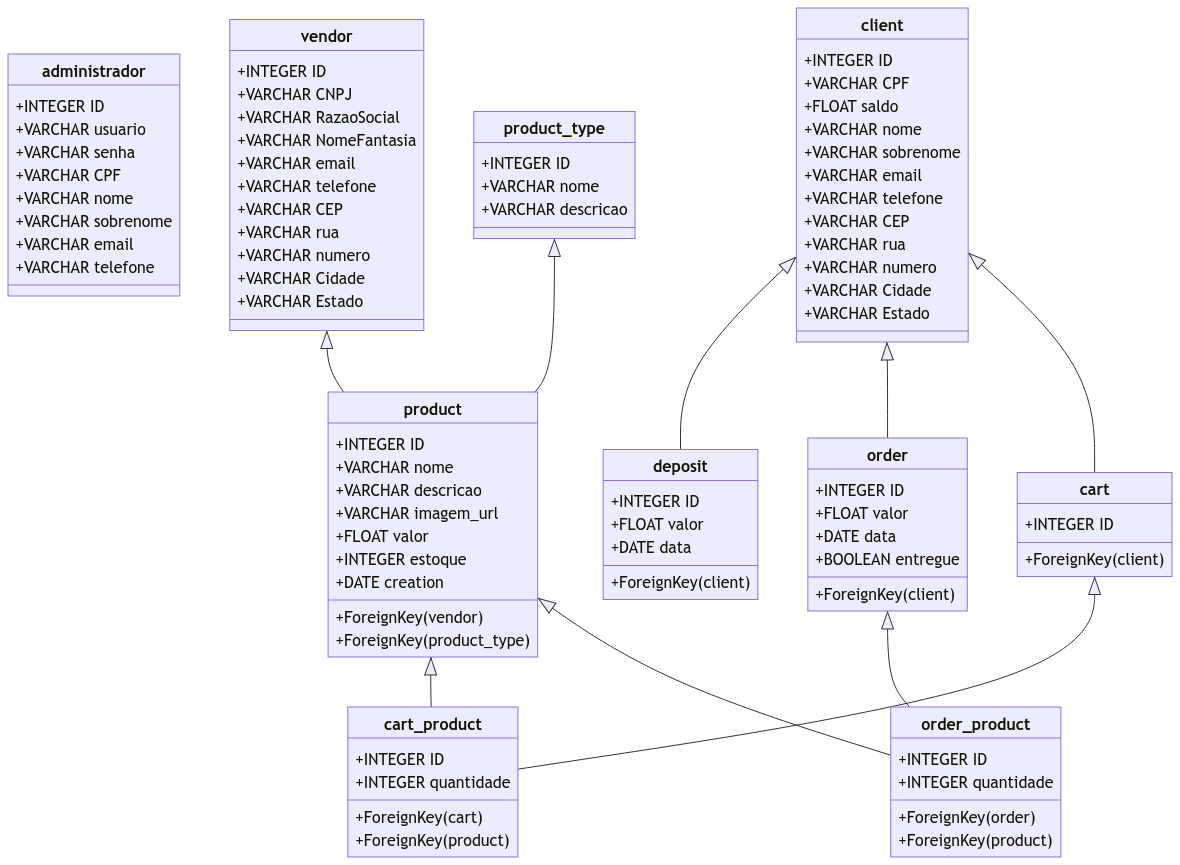
Earlier version of the Mermaid export Diagram/Database.png (WhitePoodleMoth/TrendStyle). Its source is kept beside it as Diagram/Database.mermaid. Its diagram source:
```mermaid
classDiagram
    class administrador{
        +INTEGER ID
        +VARCHAR usuario
        +VARCHAR senha
        +VARCHAR CPF
        +VARCHAR nome
        +VARCHAR sobrenome
        +VARCHAR email
        +VARCHAR telefone
    }

    class vendor{
        +INTEGER ID
        +VARCHAR CNPJ
        +VARCHAR RazaoSocial
        +VARCHAR NomeFantasia
        +VARCHAR email
        +VARCHAR telefone
        +VARCHAR CEP
        +VARCHAR rua
        +VARCHAR numero
        +VARCHAR Cidade
        +VARCHAR Estado
    }

    class client{
        +INTEGER ID
        +VARCHAR CPF
        +FLOAT saldo
        +VARCHAR nome
        +VARCHAR sobrenome
        +VARCHAR email
        +VARCHAR telefone
        +VARCHAR CEP
        +VARCHAR rua
        +VARCHAR numero
        +VARCHAR Cidade
        +VARCHAR Estado
    }

    class product_type{
        +INTEGER ID
        +VARCHAR nome
        +VARCHAR descricao
    }

    class product{
        +INTEGER ID
        +VARCHAR nome
        +VARCHAR descricao
        +VARCHAR imagem_url
        +FLOAT valor
        +INTEGER estoque
        +DATE creation
        +ForeignKey (vendor)
        +ForeignKey (product_type)
    }

    class cart{
        +INTEGER ID
        +ForeignKey (client)
    }

    class cart_product{
        +INTEGER ID
        +ForeignKey (cart)
        +ForeignKey (product)
        +INTEGER quantidade
    }

    class deposit{
        +INTEGER ID
        +ForeignKey (client)
        +FLOAT valor
        +DATE data
    }

    class order{
        +INTEGER ID
        +ForeignKey (client)
        +FLOAT valor
        +DATE data
        +BOOLEAN entregue
    }

    class order_product{
        +INTEGER ID
        +ForeignKey (order)
        +ForeignKey (product)
        +INTEGER quantidade
    }

    client <|-- deposit
    client <|-- order
    client <|-- cart

    vendor <|-- product

    product  <|-- cart_product
    product_type <|-- product
    cart <|-- cart_product

    order <|-- order_product
    product <|-- order_product
```
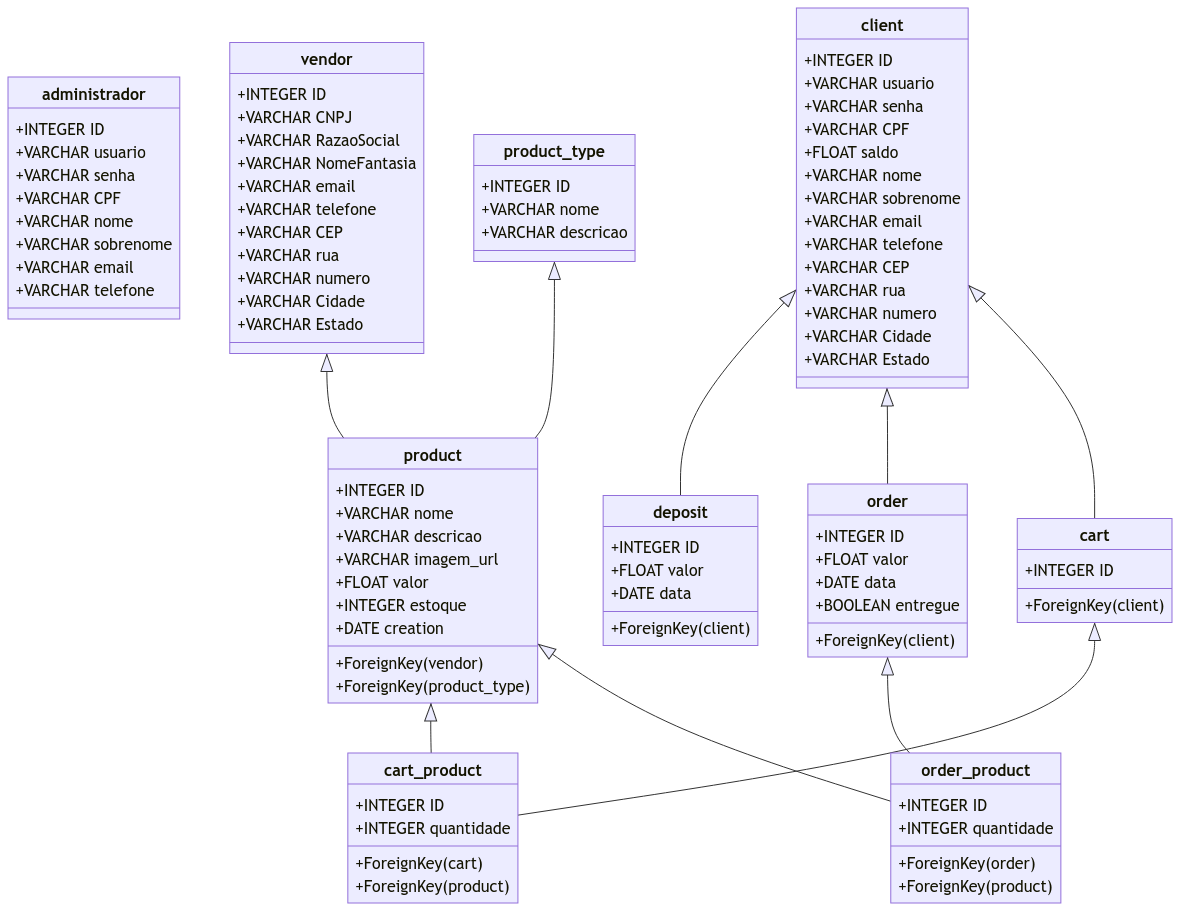
After the commit.

The edit, as a diff of the source:
```diff
@@ -26,6 +26,8 @@
 
     class client{
         +INTEGER ID
+        +VARCHAR usuario
+        +VARCHAR senha
         +VARCHAR CPF
         +FLOAT saldo
         +VARCHAR nome
```
